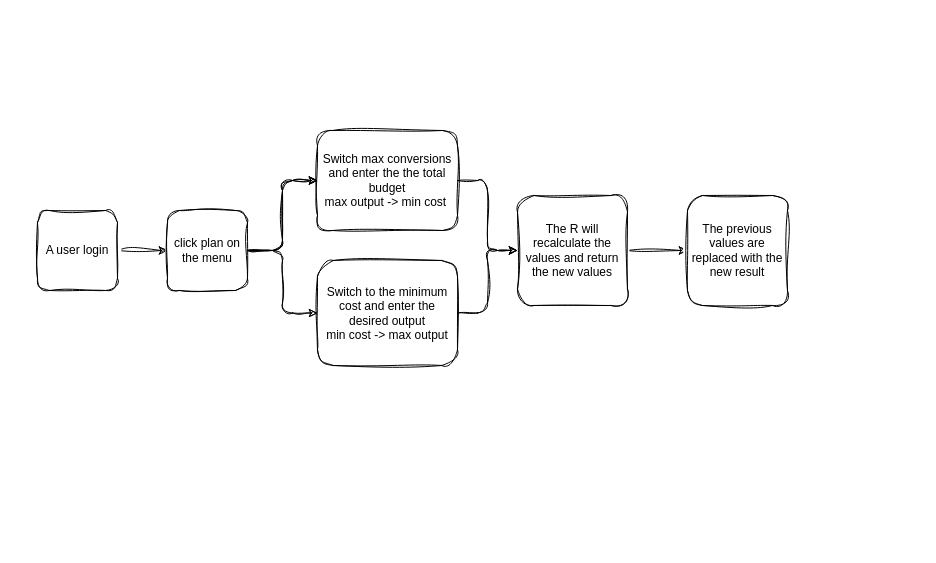
The draw.io diagram plan1.drawio in manoelacs/draw.io, before the edit. Source tidied: cells renumbered, new cells numbered last; positions are measured from the earlier drawing's top-left corner, leaving out a move shared by most shapes. Both pictures are drawn from the tidied source at 100%, with x=0, y=0 at pixel (37, 130).
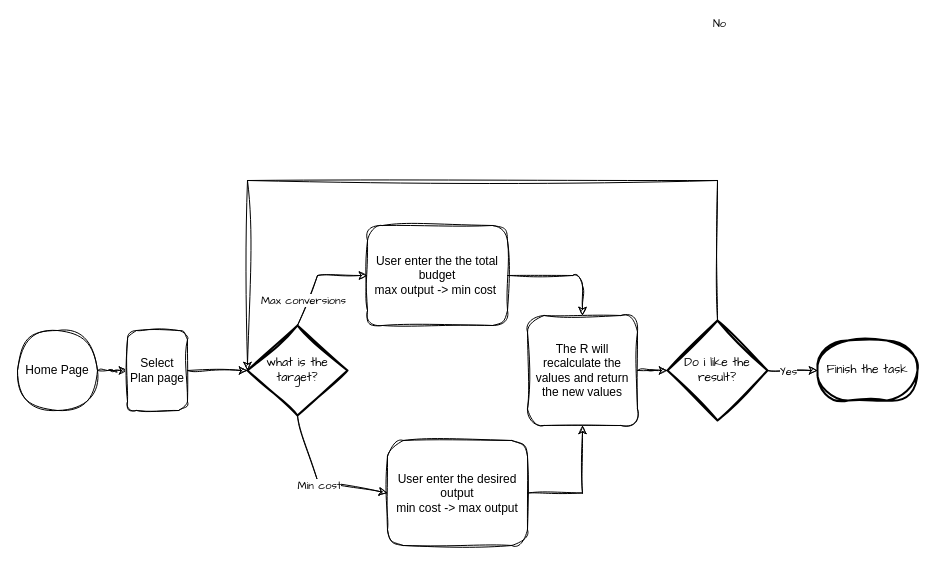
After the change.

The edit, as a diff of the source:
```diff
@@
-    <mxCell id="3" value="A user login" style="rounded=1;whiteSpace=wrap;html=1;sketch=1;curveFitting=1;jiggle=2;" parent="1" vertex="1">
-      <mxGeometry y="80" width="80" height="80" as="geometry" />
+    <mxCell id="3" value="Home Page" style="rounded=1;whiteSpace=wrap;html=1;sketch=1;curveFitting=1;jiggle=2;arcSize=50;" parent="1" vertex="1">
+      <mxGeometry x="-20" y="200" width="80" height="80" as="geometry" />
     </mxCell>
-    <mxCell id="4" style="edgeStyle=orthogonalEdgeStyle;rounded=1;jettySize=auto;html=1;sketch=1;curveFitting=1;jiggle=2;" parent="1" edge="1" source="7" target="9">
-      <mxGeometry relative="1" as="geometry" />
-    </mxCell>
-    <mxCell id="5" style="edgeStyle=orthogonalEdgeStyle;rounded=1;jettySize=auto;html=1;sketch=1;curveFitting=1;jiggle=2;" parent="1" edge="1" source="7" target="9">
-      <mxGeometry relative="1" as="geometry" />
-    </mxCell>
-    <mxCell id="6" style="edgeStyle=orthogonalEdgeStyle;rounded=1;jettySize=auto;html=1;sketch=1;curveFitting=1;jiggle=2;" parent="1" edge="1" source="7" target="14">
-      <mxGeometry relative="1" as="geometry" />
-    </mxCell>
+    <mxCell id="15" style="edgeStyle=orthogonalEdgeStyle;rounded=0;sketch=1;hachureGap=4;jiggle=2;curveFitting=1;jettySize=auto;html=1;fontFamily=Architects Daughter;" parent="1" edge="1" source="7" target="16">
+      <mxGeometry relative="1" as="geometry" />
+    </mxCell>
-    <mxCell id="7" value="click plan on the menu" style="rounded=1;whiteSpace=wrap;html=1;sketch=1;curveFitting=1;jiggle=2;" parent="1" vertex="1">
-      <mxGeometry x="130" y="80" width="80" height="80" as="geometry" />
+    <mxCell id="7" value="Select Plan page" style="rounded=1;whiteSpace=wrap;html=1;sketch=1;curveFitting=1;jiggle=2;" parent="1" vertex="1">
+      <mxGeometry x="90" y="200" width="60" height="80" as="geometry" />
     </mxCell>
-    <mxCell id="8" style="edgeStyle=orthogonalEdgeStyle;rounded=1;jettySize=auto;html=1;sketch=1;curveFitting=1;jiggle=2;" parent="1" edge="1" source="9" target="11">
+    <mxCell id="8" style="edgeStyle=orthogonalEdgeStyle;rounded=1;jettySize=auto;html=1;sketch=1;curveFitting=1;jiggle=2;exitX=1;exitY=0.5;exitDx=0;exitDy=0;entryX=0.5;entryY=0;entryDx=0;entryDy=0;" parent="1" edge="1" source="9" target="11">
       <mxGeometry relative="1" as="geometry" />
     </mxCell>
-    <mxCell id="9" value="Switch max conversions and enter the the total budget&lt;div&gt;max output -&amp;gt; min cost&amp;nbsp;&lt;/div&gt;" style="rounded=1;whiteSpace=wrap;html=1;sketch=1;curveFitting=1;jiggle=2;" parent="1" vertex="1">
-      <mxGeometry x="280" width="140" height="100" as="geometry" />
+    <mxCell id="9" value="User enter the the total budget&lt;div&gt;max output -&amp;gt; min cost&amp;nbsp;&lt;/div&gt;" style="rounded=1;whiteSpace=wrap;html=1;sketch=1;curveFitting=1;jiggle=2;" parent="1" vertex="1">
+      <mxGeometry x="330" y="95" width="140" height="100" as="geometry" />
     </mxCell>
-    <mxCell id="10" style="edgeStyle=orthogonalEdgeStyle;rounded=1;jettySize=auto;html=1;sketch=1;curveFitting=1;jiggle=2;" parent="1" edge="1" source="11" target="12">
-      <mxGeometry relative="1" as="geometry" />
-    </mxCell>
-    <mxCell id="11" value="The R will recalculate the values and return the new values" style="rounded=1;whiteSpace=wrap;html=1;sketch=1;curveFitting=1;jiggle=2;" parent="1" vertex="1">
-      <mxGeometry x="480" y="65" width="110" height="110" as="geometry" />
+    <mxCell id="11" value="The R will recalculate the values and return the new values" style="rounded=1;sketch=1;curveFitting=1;jiggle=2;textShadow=0;labelBorderColor=none;labelBackgroundColor=none;whiteSpace=wrap;html=1;" parent="1" vertex="1">
+      <mxGeometry x="490" y="185" width="110" height="110" as="geometry" />
     </mxCell>
-    <mxCell id="12" value="The previous values are replaced with the new result" style="rounded=1;whiteSpace=wrap;html=1;sketch=1;curveFitting=1;jiggle=2;" parent="1" vertex="1">
-      <mxGeometry x="650" y="65" width="100" height="110" as="geometry" />
-    </mxCell>
-    <mxCell id="13" style="edgeStyle=orthogonalEdgeStyle;rounded=1;jettySize=auto;html=1;sketch=1;curveFitting=1;jiggle=2;" parent="1" edge="1" source="14" target="11">
+    <mxCell id="13" style="edgeStyle=orthogonalEdgeStyle;rounded=0;sketch=1;hachureGap=4;jiggle=2;curveFitting=1;jettySize=auto;html=1;fontFamily=Architects Daughter;entryX=0.5;entryY=1;entryDx=0;entryDy=0;exitX=1;exitY=0.5;exitDx=0;exitDy=0;" parent="1" edge="1" source="14" target="11">
       <mxGeometry relative="1" as="geometry" />
     </mxCell>
-    <mxCell id="14" value="Switch to the minimum cost and enter the desired output&lt;div&gt;min cost -&amp;gt; max output&lt;/div&gt;" style="rounded=1;whiteSpace=wrap;html=1;sketch=1;curveFitting=1;jiggle=2;" parent="1" vertex="1">
-      <mxGeometry x="280" y="130" width="140" height="105" as="geometry" />
+    <mxCell id="14" value="User enter the desired output&lt;div&gt;min cost -&amp;gt; max output&lt;/div&gt;" style="rounded=1;whiteSpace=wrap;html=1;sketch=1;curveFitting=1;jiggle=2;" parent="1" vertex="1">
+      <mxGeometry x="350" y="310" width="140" height="105" as="geometry" />
     </mxCell>
+    <mxCell id="16" value="what is the target?" style="strokeWidth=2;html=1;shape=mxgraph.flowchart.decision;whiteSpace=wrap;sketch=1;hachureGap=4;jiggle=2;curveFitting=1;fontFamily=Architects Daughter;" parent="1" vertex="1">
+      <mxGeometry x="210" y="195" width="100" height="90" as="geometry" />
+    </mxCell>
+    <mxCell id="17" value="Do i like the result?" style="strokeWidth=2;html=1;shape=mxgraph.flowchart.decision;whiteSpace=wrap;sketch=1;hachureGap=4;jiggle=2;curveFitting=1;fontFamily=Architects Daughter;" parent="1" vertex="1">
+      <mxGeometry x="630" y="190" width="100" height="100" as="geometry" />
+    </mxCell>
+    <mxCell id="18" style="edgeStyle=orthogonalEdgeStyle;rounded=0;sketch=1;hachureGap=4;jiggle=2;curveFitting=1;jettySize=auto;html=1;entryX=0;entryY=0.5;entryDx=0;entryDy=0;entryPerimeter=0;fontFamily=Architects Daughter;" parent="1" edge="1" source="11" target="17">
+      <mxGeometry relative="1" as="geometry" />
+    </mxCell>
+    <mxCell id="19" style="endArrow=classic;html=1;rounded=0;sketch=1;hachureGap=4;jiggle=2;curveFitting=1;fontFamily=Architects Daughter;exitX=1;exitY=0.5;exitDx=0;exitDy=0;exitPerimeter=0;entryX=0;entryY=0.5;entryDx=0;entryDy=0;entryPerimeter=0;" parent="1" edge="1" source="17" target="23">
+      <mxGeometry relative="1" as="geometry" />
+    </mxCell>
+    <mxCell id="20" value="&lt;div&gt;Yes&lt;/div&gt;" style="edgeLabel;html=1;align=center;verticalAlign=middle;sketch=1;hachureGap=4;jiggle=2;curveFitting=1;fontFamily=Architects Daughter;" parent="19" vertex="1">
+      <mxGeometry relative="1" as="geometry">
+        <mxPoint x="-5" as="offset" />
+      </mxGeometry>
+    </mxCell>
+    <mxCell id="21" style="endArrow=classic;html=1;rounded=0;sketch=1;hachureGap=4;jiggle=2;curveFitting=1;fontFamily=Architects Daughter;entryX=0;entryY=0.5;entryDx=0;entryDy=0;entryPerimeter=0;" parent="1" edge="1" target="16">
+      <mxGeometry relative="1" as="geometry">
+        <mxPoint x="680" y="190" as="sourcePoint" />
+        <Array as="points">
+          <mxPoint x="680" y="50" />
+          <mxPoint x="210" y="50" />
+        </Array>
+      </mxGeometry>
+    </mxCell>
+    <mxCell id="22" value="No&lt;div&gt;&lt;br&gt;&lt;/div&gt;" style="edgeLabel;html=1;align=center;verticalAlign=middle;sketch=1;hachureGap=4;jiggle=2;curveFitting=1;fontFamily=Architects Daughter;" parent="21" vertex="1">
+      <mxGeometry x="0.12" y="-7" relative="1" as="geometry">
+        <mxPoint x="309" y="-144" as="offset" />
+      </mxGeometry>
+    </mxCell>
+    <mxCell id="23" value="Finish the task" style="strokeWidth=2;html=1;shape=mxgraph.flowchart.terminator;whiteSpace=wrap;sketch=1;hachureGap=4;jiggle=2;curveFitting=1;fontFamily=Architects Daughter;" parent="1" vertex="1">
+      <mxGeometry x="780" y="210" width="100" height="60" as="geometry" />
+    </mxCell>
+    <mxCell id="24" style="endArrow=classic;html=1;rounded=0;sketch=1;hachureGap=4;jiggle=2;curveFitting=1;fontFamily=Architects Daughter;exitX=0.5;exitY=0;exitDx=0;exitDy=0;exitPerimeter=0;entryX=0;entryY=0.5;entryDx=0;entryDy=0;" parent="1" edge="1" source="16" target="9">
+      <mxGeometry relative="1" as="geometry">
+        <Array as="points">
+          <mxPoint x="280" y="145" />
+        </Array>
+      </mxGeometry>
+    </mxCell>
+    <mxCell id="25" value="Max conversions" style="edgeLabel;html=1;align=center;verticalAlign=middle;sketch=1;hachureGap=4;jiggle=2;curveFitting=1;fontFamily=Architects Daughter;" parent="24" vertex="1">
+      <mxGeometry relative="1" as="geometry">
+        <mxPoint x="-14" y="23" as="offset" />
+      </mxGeometry>
+    </mxCell>
+    <mxCell id="26" style="endArrow=classic;html=1;rounded=0;sketch=1;hachureGap=4;jiggle=2;curveFitting=1;fontFamily=Architects Daughter;entryX=0;entryY=0.5;entryDx=0;entryDy=0;exitX=0.5;exitY=1;exitDx=0;exitDy=0;exitPerimeter=0;" parent="1" edge="1" source="16" target="14">
+      <mxGeometry relative="1" as="geometry">
+        <Array as="points">
+          <mxPoint x="280" y="350" />
+        </Array>
+      </mxGeometry>
+    </mxCell>
+    <mxCell id="27" value="Min cost" style="edgeLabel;html=1;align=center;verticalAlign=middle;sketch=1;hachureGap=4;jiggle=2;curveFitting=1;fontFamily=Architects Daughter;" parent="26" vertex="1">
+      <mxGeometry relative="1" as="geometry">
+        <mxPoint y="4" as="offset" />
+      </mxGeometry>
+    </mxCell>
```
